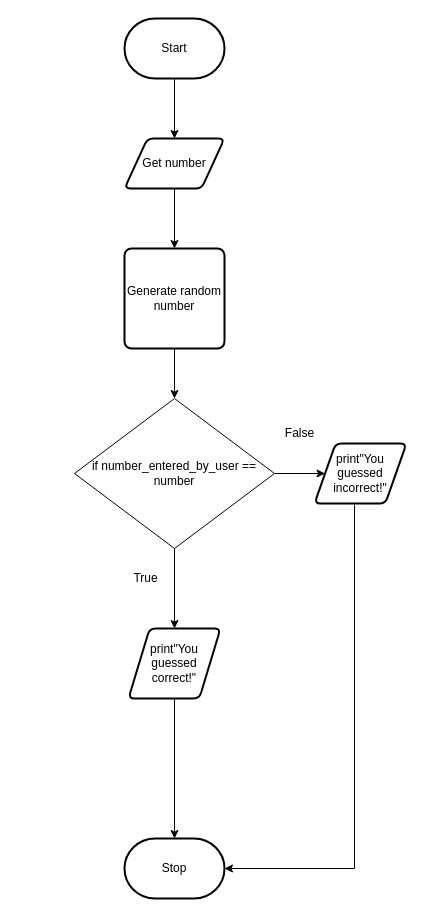
The draw.io diagram flowchart.drawio in michael-clermont1/ICS3U-Unit4-02-Python, before the edit. Source tidied: cells renumbered, new cells numbered last; positions are measured from the earlier drawing's top-left corner, leaving out a move shared by most shapes. Both pictures are drawn from the tidied source at 100%, with x=0, y=0 at pixel (74, 18).
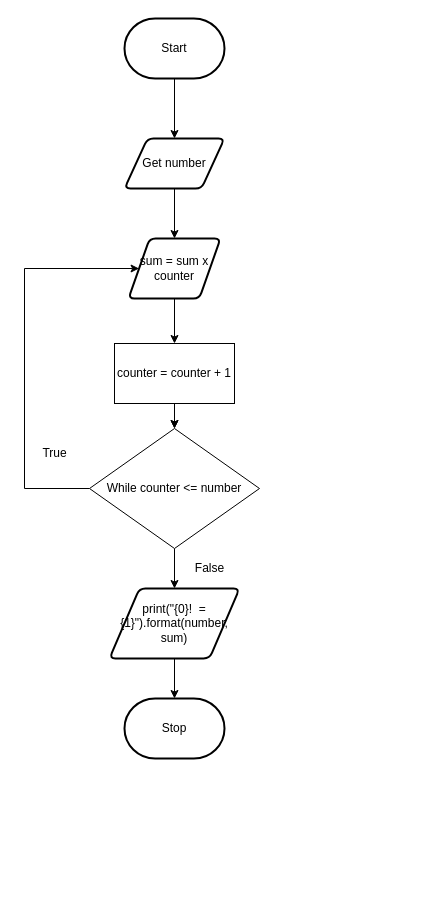
The same page after the edit.

Unchanged cells that the change refers to:
```xml
<mxCell id="3" value="Get number" style="shape=parallelogram;html=1;strokeWidth=2;perimeter=parallelogramPerimeter;whiteSpace=wrap;rounded=1;arcSize=12;size=0.23;" parent="1" vertex="1">
  <mxGeometry x="50" y="120" width="100" height="50" as="geometry" />
</mxCell>
```

What changed in the source:
```diff
@@
-    <mxCell id="2" style="edgeStyle=orthogonalEdgeStyle;rounded=0;html=1;exitX=0.5;exitY=1;exitDx=0;exitDy=0;entryX=0.5;entryY=0;entryDx=0;entryDy=0;" parent="1" edge="1" source="3" target="17">
-      <mxGeometry relative="1" as="geometry" />
-    </mxCell>
+    <mxCell id="18" style="edgeStyle=none;html=1;entryX=0.5;entryY=0;entryDx=0;entryDy=0;" parent="1" edge="1" source="3" target="10">
+      <mxGeometry relative="1" as="geometry" />
+    </mxCell>
@@
     <mxCell id="6" value="Stop" style="strokeWidth=2;html=1;shape=mxgraph.flowchart.terminator;whiteSpace=wrap;" parent="1" vertex="1">
-      <mxGeometry x="50" y="820" width="100" height="60" as="geometry" />
+      <mxGeometry x="50" y="680" width="100" height="60" as="geometry" />
     </mxCell>
-    <mxCell id="7" style="edgeStyle=orthogonalEdgeStyle;rounded=0;html=1;entryX=0.5;entryY=0;entryDx=0;entryDy=0;entryPerimeter=0;" parent="1" edge="1" source="8" target="6">
-      <mxGeometry relative="1" as="geometry" />
-    </mxCell>
-    <mxCell id="8" value="print&quot;You guessed correct!&quot;" style="shape=parallelogram;html=1;strokeWidth=2;perimeter=parallelogramPerimeter;whiteSpace=wrap;rounded=1;arcSize=12;size=0.23;" parent="1" vertex="1">
-      <mxGeometry x="54" y="610" width="92" height="70" as="geometry" />
-    </mxCell>
-    <mxCell id="9" style="edgeStyle=orthogonalEdgeStyle;rounded=0;html=1;entryX=1;entryY=0.5;entryDx=0;entryDy=0;entryPerimeter=0;" parent="1" edge="1" source="10" target="6">
-      <mxGeometry relative="1" as="geometry">
-        <Array as="points">
-          <mxPoint x="280" y="850" />
-        </Array>
-      </mxGeometry>
-    </mxCell>
+    <mxCell id="19" style="edgeStyle=none;html=1;entryX=0.5;entryY=0;entryDx=0;entryDy=0;" parent="1" edge="1" source="10" target="16">
+      <mxGeometry relative="1" as="geometry" />
+    </mxCell>
-    <mxCell id="10" value="print&quot;You guessed incorrect!&quot;" style="shape=parallelogram;html=1;strokeWidth=2;perimeter=parallelogramPerimeter;whiteSpace=wrap;rounded=1;arcSize=12;size=0.23;" parent="1" vertex="1">
-      <mxGeometry x="240" y="425" width="92" height="60" as="geometry" />
+    <mxCell id="10" value="sum = sum x counter" style="shape=parallelogram;html=1;strokeWidth=2;perimeter=parallelogramPerimeter;whiteSpace=wrap;rounded=1;arcSize=12;size=0.23;" parent="1" vertex="1">
+      <mxGeometry x="54" y="220" width="92" height="60" as="geometry" />
     </mxCell>
-    <mxCell id="11" style="edgeStyle=none;html=1;entryX=0.5;entryY=0;entryDx=0;entryDy=0;" parent="1" edge="1" source="13" target="8">
-      <mxGeometry relative="1" as="geometry" />
-    </mxCell>
-    <mxCell id="12" style="edgeStyle=orthogonalEdgeStyle;html=1;entryX=0;entryY=0.5;entryDx=0;entryDy=0;" parent="1" edge="1" source="13" target="10">
-      <mxGeometry relative="1" as="geometry" />
+    <mxCell id="12" style="edgeStyle=orthogonalEdgeStyle;rounded=0;html=1;entryX=0;entryY=0.5;entryDx=0;entryDy=0;" parent="1" edge="1" source="13" target="10">
+      <mxGeometry relative="1" as="geometry">
+        <Array as="points">
+          <mxPoint x="-50" y="470" />
+          <mxPoint x="-50" y="250" />
+        </Array>
+      </mxGeometry>
     </mxCell>
+    <mxCell id="20" style="edgeStyle=orthogonalEdgeStyle;rounded=0;html=1;entryX=0.5;entryY=0;entryDx=0;entryDy=0;" parent="1" edge="1" source="13" target="24">
+      <mxGeometry relative="1" as="geometry" />
+    </mxCell>
-    <mxCell id="13" value="&lt;span&gt;if number_entered_by_user == number&lt;/span&gt;" style="rhombus;whiteSpace=wrap;html=1;" parent="1" vertex="1">
-      <mxGeometry y="380" width="200" height="150" as="geometry" />
+    <mxCell id="13" value="While counter &amp;lt;= number" style="rhombus;whiteSpace=wrap;html=1;" parent="1" vertex="1">
+      <mxGeometry x="15" y="410" width="170" height="120" as="geometry" />
     </mxCell>
     <mxCell id="14" value="False" style="text;html=1;align=center;verticalAlign=middle;fillColor=none;strokeColor=none;rounded=0;" parent="1" vertex="1">
-      <mxGeometry x="200" y="405" width="50" height="20" as="geometry" />
+      <mxGeometry x="110" y="540" width="50" height="20" as="geometry" />
     </mxCell>
     <mxCell id="15" value="True" style="text;html=1;align=center;verticalAlign=middle;fillColor=none;strokeColor=none;rounded=0;" parent="1" vertex="1">
-      <mxGeometry x="51" y="550" width="40" height="20" as="geometry" />
+      <mxGeometry x="-40" y="425" width="40" height="20" as="geometry" />
     </mxCell>
+    <mxCell id="21" style="edgeStyle=none;html=1;entryX=0.5;entryY=0;entryDx=0;entryDy=0;" parent="1" edge="1" source="16" target="13">
+      <mxGeometry relative="1" as="geometry" />
+    </mxCell>
+    <mxCell id="22" style="edgeStyle=orthogonalEdgeStyle;rounded=0;html=1;" parent="1" edge="1" source="16" target="13">
+      <mxGeometry relative="1" as="geometry" />
+    </mxCell>
-    <mxCell id="16" style="edgeStyle=orthogonalEdgeStyle;rounded=0;html=1;entryX=0.5;entryY=0;entryDx=0;entryDy=0;" parent="1" edge="1" source="17" target="13">
-      <mxGeometry relative="1" as="geometry" />
+    <mxCell id="16" value="counter = counter + 1" style="rounded=0;whiteSpace=wrap;html=1;" parent="1" vertex="1">
+      <mxGeometry x="40" y="325" width="120" height="60" as="geometry" />
     </mxCell>
-    <mxCell id="17" value="Generate random number" style="rounded=1;whiteSpace=wrap;html=1;absoluteArcSize=1;arcSize=14;strokeWidth=2;" parent="1" vertex="1">
-      <mxGeometry x="50" y="230" width="100" height="100" as="geometry" />
-    </mxCell>
+    <mxCell id="23" style="edgeStyle=orthogonalEdgeStyle;rounded=0;html=1;entryX=0.5;entryY=0;entryDx=0;entryDy=0;entryPerimeter=0;" parent="1" edge="1" source="24" target="6">
+      <mxGeometry relative="1" as="geometry" />
+    </mxCell>
+    <mxCell id="24" value="print(&quot;{0}!&amp;nbsp; = {1}&quot;).format(number, sum)" style="shape=parallelogram;html=1;strokeWidth=2;perimeter=parallelogramPerimeter;whiteSpace=wrap;rounded=1;arcSize=12;size=0.23;" parent="1" vertex="1">
+      <mxGeometry x="35" y="570" width="130" height="70" as="geometry" />
+    </mxCell>
```
